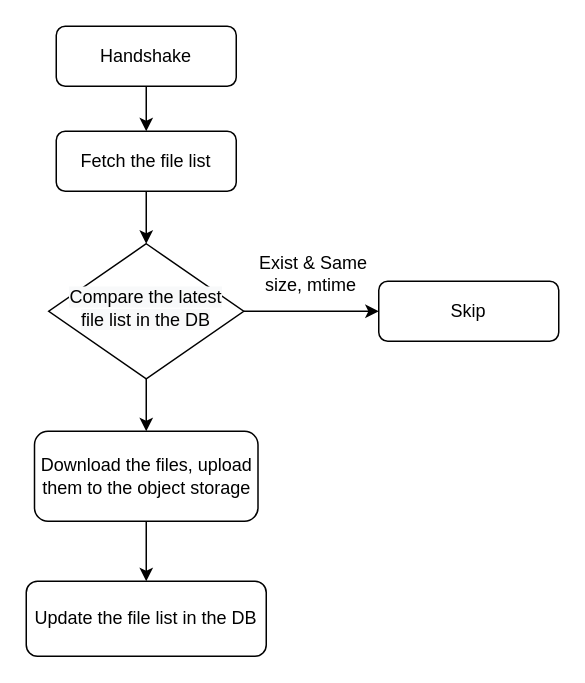
Above: docs/client.drawio in kaiakz/rsync-os (draw.io), before the change. Source tidied: cells renumbered, new cells numbered last; positions are measured from the earlier drawing's top-left corner, leaving out a move shared by most shapes. Both pictures are drawn from the tidied source at 150%, with x=0, y=0 at pixel (26, 26).
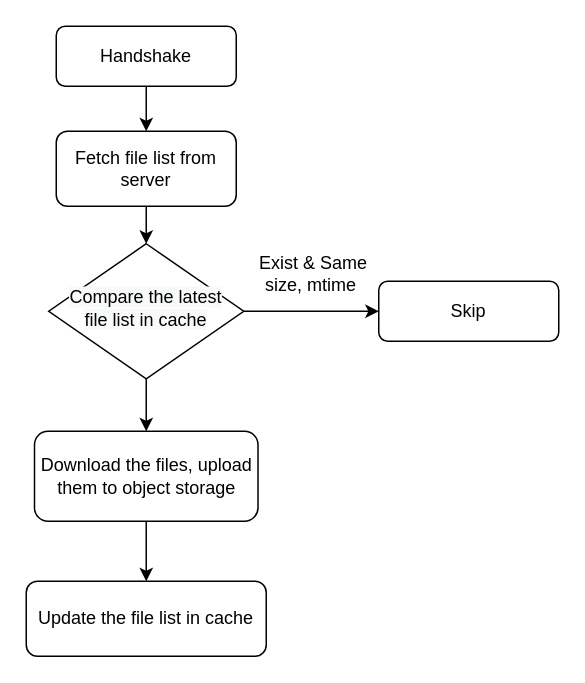
After the change.

Diff of the diagram source:
```diff
@@
 <mxGraphModel>
   <root>
     <mxCell id="0" />
     <mxCell id="1" parent="0" />
     <mxCell id="2" style="edgeStyle=orthogonalEdgeStyle;rounded=0;jettySize=auto;html=1;" parent="1" edge="1" source="3" target="10">
       <mxGeometry relative="1" as="geometry" />
     </mxCell>
     <mxCell id="3" value="Handshake" style="rounded=1;whiteSpace=wrap;html=1;fontSize=12;glass=0;strokeWidth=1;shadow=0;" parent="1" vertex="1">
       <mxGeometry x="20" width="120" height="40" as="geometry" />
     </mxCell>
     <mxCell id="4" style="edgeStyle=orthogonalEdgeStyle;rounded=0;jettySize=auto;html=1;" parent="1" edge="1" source="6" target="7">
       <mxGeometry relative="1" as="geometry" />
     </mxCell>
     <mxCell id="5" style="edgeStyle=orthogonalEdgeStyle;rounded=0;jettySize=auto;html=1;" parent="1" edge="1" source="6" target="12">
       <mxGeometry relative="1" as="geometry" />
     </mxCell>
-    <mxCell id="6" value="&lt;span style=&quot;font: 12px / 1.2 &amp;#34;helvetica&amp;#34; ; text-align: center ; color: rgb(0 , 0 , 0) ; text-transform: none ; text-indent: 0px ; letter-spacing: normal ; text-decoration: none ; word-spacing: 0px ; display: inline ; float: none ; overflow-wrap: normal ; background-color: rgb(248 , 249 , 250)&quot;&gt;Compare the latest file list in the DB&lt;/span&gt;" style="rhombus;whiteSpace=wrap;html=1;shadow=0;fontFamily=Helvetica;fontSize=12;align=center;strokeWidth=1;spacing=6;spacingTop=-4;" parent="1" vertex="1">
+    <mxCell id="6" value="&lt;span style=&quot;font: 12px / 1.2 &amp;#34;helvetica&amp;#34; ; text-align: center ; color: rgb(0 , 0 , 0) ; text-transform: none ; text-indent: 0px ; letter-spacing: normal ; text-decoration: none ; word-spacing: 0px ; display: inline ; float: none ; overflow-wrap: normal ; background-color: rgb(248 , 249 , 250)&quot;&gt;Compare the latest file list in cache&lt;br&gt;&lt;/span&gt;" style="rhombus;whiteSpace=wrap;html=1;shadow=0;fontFamily=Helvetica;fontSize=12;align=center;strokeWidth=1;spacing=6;spacingTop=-4;" parent="1" vertex="1">
       <mxGeometry x="15" y="145" width="130" height="90" as="geometry" />
     </mxCell>
     <mxCell id="7" value="Skip" style="rounded=1;whiteSpace=wrap;html=1;fontSize=12;glass=0;strokeWidth=1;shadow=0;" parent="1" vertex="1">
       <mxGeometry x="235" y="170" width="120" height="40" as="geometry" />
     </mxCell>
-    <mxCell id="8" value="Update the file list in the DB" style="rounded=1;whiteSpace=wrap;html=1;fontSize=12;glass=0;strokeWidth=1;shadow=0;" parent="1" vertex="1">
+    <mxCell id="8" value="Update the file list in cache" style="rounded=1;whiteSpace=wrap;html=1;fontSize=12;glass=0;strokeWidth=1;shadow=0;" parent="1" vertex="1">
       <mxGeometry y="370" width="160" height="50" as="geometry" />
     </mxCell>
     <mxCell id="9" style="edgeStyle=orthogonalEdgeStyle;rounded=0;jettySize=auto;html=1;" parent="1" edge="1" source="10" target="6">
       <mxGeometry relative="1" as="geometry" />
     </mxCell>
-    <mxCell id="10" value="Fetch the file list" style="rounded=1;whiteSpace=wrap;html=1;fontSize=12;glass=0;strokeWidth=1;shadow=0;" parent="1" vertex="1">
-      <mxGeometry x="20" y="70" width="120" height="40" as="geometry" />
+    <mxCell id="10" value="Fetch file list from server" style="rounded=1;whiteSpace=wrap;html=1;fontSize=12;glass=0;strokeWidth=1;shadow=0;" parent="1" vertex="1">
+      <mxGeometry x="20" y="70" width="120" height="50" as="geometry" />
     </mxCell>
     <mxCell id="11" style="edgeStyle=orthogonalEdgeStyle;rounded=0;jettySize=auto;html=1;" parent="1" edge="1" source="12" target="8">
       <mxGeometry relative="1" as="geometry" />
     </mxCell>
-    <mxCell id="12" value="Download the files, upload them to the object storage" style="rounded=1;whiteSpace=wrap;html=1;fontSize=12;glass=0;strokeWidth=1;shadow=0;" parent="1" vertex="1">
+    <mxCell id="12" value="Download the files, upload them to object storage" style="rounded=1;whiteSpace=wrap;html=1;fontSize=12;glass=0;strokeWidth=1;shadow=0;" parent="1" vertex="1">
       <mxGeometry x="5.5" y="270" width="149" height="60" as="geometry" />
     </mxCell>
     <mxCell id="13" value="&amp;nbsp;Exist &amp;amp; Same size, mtime" style="text;html=1;strokeColor=none;fillColor=none;align=center;verticalAlign=middle;whiteSpace=wrap;rounded=0;dashed=1;" parent="1" vertex="1">
       <mxGeometry x="145" y="150" width="90" height="30" as="geometry" />
     </mxCell>
   </root>
 </mxGraphModel>
```
